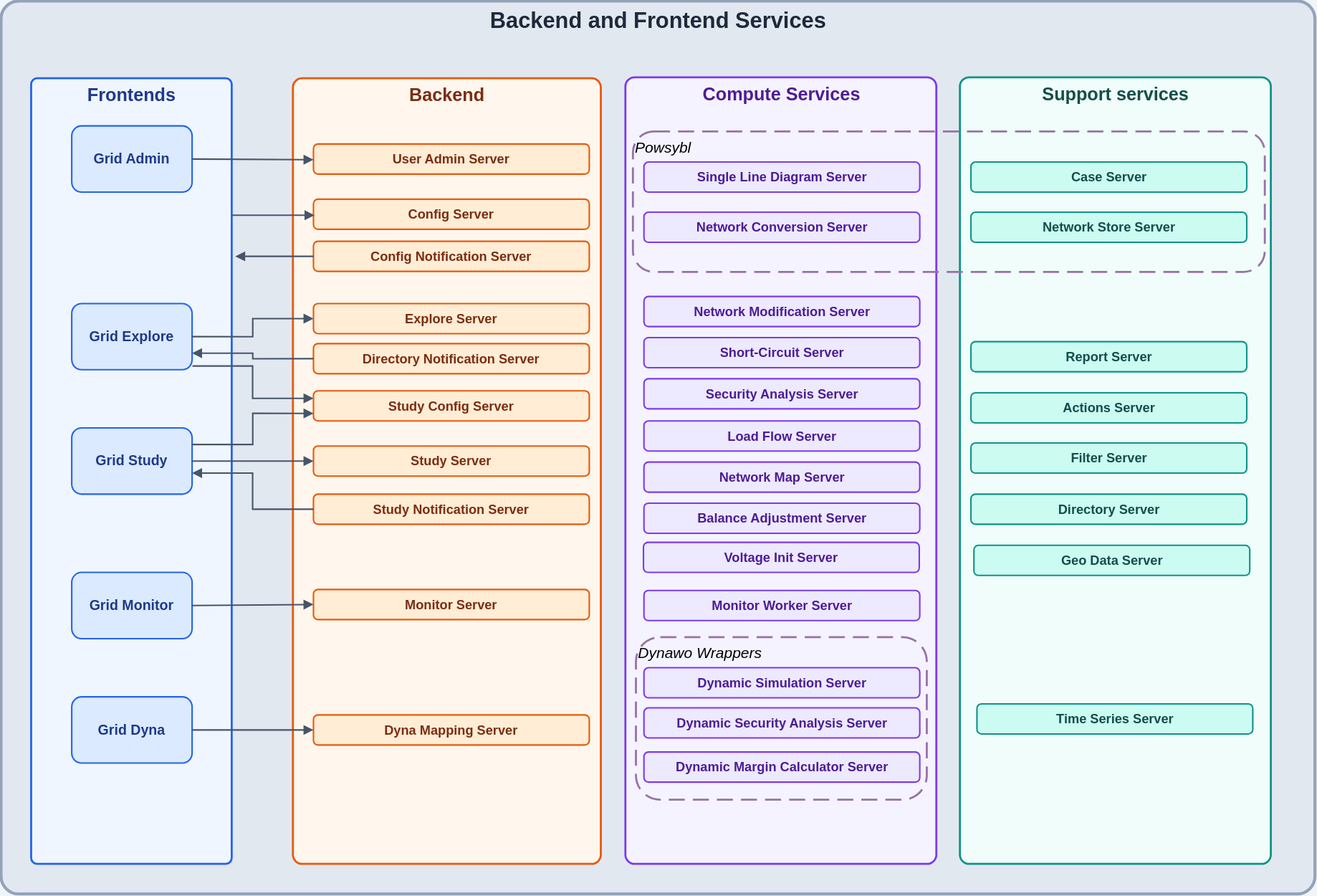
Above: diagrams/BackendFrontend.drawio.svg in gridsuite/documentation (draw.io), before the change. Source tidied: cells renumbered, new cells last; positions are measured from the earlier drawing's top-left corner, leaving out a move shared by most shapes.
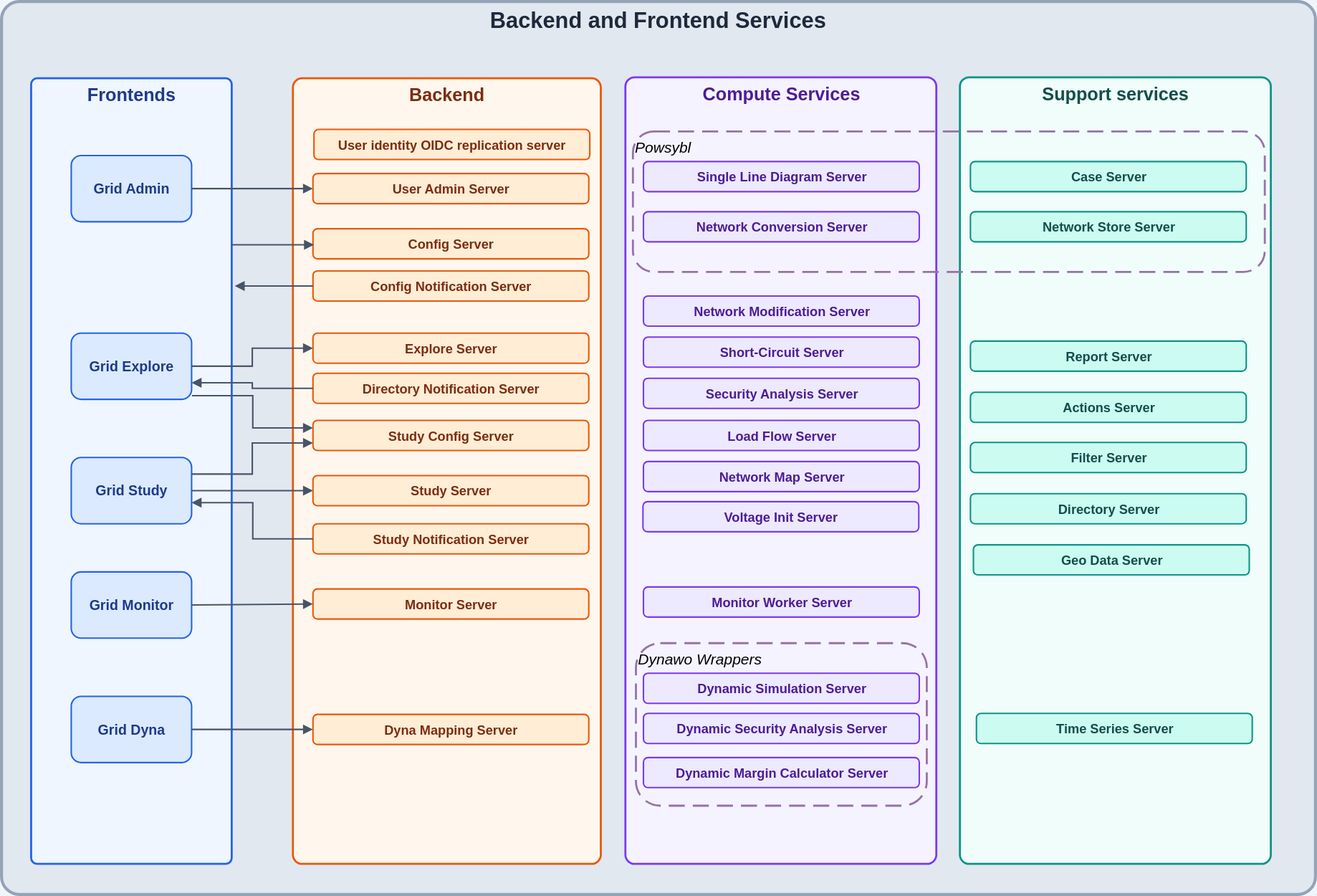
The same diagram one commit later.

Commit message:
Suppression GridMerge et Balance Adjustment server (#31)

What changed in the source:
```diff
@@ -21,16 +21,16 @@
       <mxGeometry x="630" y="130" width="630" height="140" as="geometry" />
     </mxCell>
     <mxCell id="8" value="Dynawo Wrappers" style="rounded=1;whiteSpace=wrap;html=1;align=left;verticalAlign=top;dashed=1;fillColor=none;strokeColor=#9673a6;strokeWidth=2;dashPattern=8 4;fontSize=15;fontStyle=2;" parent="1" vertex="1">
-      <mxGeometry x="633" y="634" width="290" height="162" as="geometry" />
+      <mxGeometry x="633" y="640" width="290" height="162" as="geometry" />
     </mxCell>
     <mxCell id="9" value="Grid Admin" style="rounded=1;whiteSpace=wrap;html=1;fontSize=14;fontStyle=1;fillColor=#DBEAFE;strokeColor=#2563EB;strokeWidth=1.5;fontColor=#1E3A8A;" parent="1" vertex="1">
-      <mxGeometry x="70" y="124" width="120" height="66" as="geometry" />
+      <mxGeometry x="70" y="154" width="120" height="66" as="geometry" />
     </mxCell>
     <mxCell id="10" value="Grid Explore" style="rounded=1;whiteSpace=wrap;html=1;fontSize=14;fontStyle=1;fillColor=#DBEAFE;strokeColor=#2563EB;strokeWidth=1.5;fontColor=#1E3A8A;" parent="1" vertex="1">
-      <mxGeometry x="70" y="301" width="120" height="66" as="geometry" />
+      <mxGeometry x="70" y="331" width="120" height="66" as="geometry" />
     </mxCell>
     <mxCell id="11" value="Grid Study" style="rounded=1;whiteSpace=wrap;html=1;fontSize=14;fontStyle=1;fillColor=#DBEAFE;strokeColor=#2563EB;strokeWidth=1.5;fontColor=#1E3A8A;" parent="1" vertex="1">
-      <mxGeometry x="70" y="425" width="120" height="66" as="geometry" />
+      <mxGeometry x="70" y="455" width="120" height="66" as="geometry" />
     </mxCell>
     <mxCell id="12" value="Grid Monitor" style="rounded=1;whiteSpace=wrap;html=1;fontSize=14;fontStyle=1;fillColor=#DBEAFE;strokeColor=#2563EB;strokeWidth=1.5;fontColor=#1E3A8A;" parent="1" vertex="1">
       <mxGeometry x="70" y="569" width="120" height="66" as="geometry" />
@@ -39,28 +39,28 @@
       <mxGeometry x="70" y="693" width="120" height="66" as="geometry" />
     </mxCell>
     <mxCell id="14" value="User Admin Server" style="rounded=1;whiteSpace=wrap;html=1;fontSize=13;fontStyle=1;fillColor=#FFEDD5;strokeColor=#EA580C;strokeWidth=1.5;fontColor=#7C2D12;" parent="1" vertex="1">
-      <mxGeometry x="311" y="142" width="275" height="30" as="geometry" />
+      <mxGeometry x="311" y="172" width="275" height="30" as="geometry" />
     </mxCell>
     <mxCell id="15" value="Config Server" style="rounded=1;whiteSpace=wrap;html=1;fontSize=13;fontStyle=1;fillColor=#FFEDD5;strokeColor=#EA580C;strokeWidth=1.5;fontColor=#7C2D12;" parent="1" vertex="1">
-      <mxGeometry x="311" y="197" width="275" height="30" as="geometry" />
+      <mxGeometry x="311" y="227" width="275" height="30" as="geometry" />
     </mxCell>
     <mxCell id="16" value="Config Notification Server" style="rounded=1;whiteSpace=wrap;html=1;fontSize=13;fontStyle=1;fillColor=#FFEDD5;strokeColor=#EA580C;strokeWidth=1.5;fontColor=#7C2D12;" parent="1" vertex="1">
-      <mxGeometry x="311" y="239" width="275" height="30" as="geometry" />
+      <mxGeometry x="311" y="269" width="275" height="30" as="geometry" />
     </mxCell>
     <mxCell id="17" value="Explore Server" style="rounded=1;whiteSpace=wrap;html=1;fontSize=13;fontStyle=1;fillColor=#FFEDD5;strokeColor=#EA580C;strokeWidth=1.5;fontColor=#7C2D12;" parent="1" vertex="1">
-      <mxGeometry x="311" y="301" width="275" height="30" as="geometry" />
+      <mxGeometry x="311" y="331" width="275" height="30" as="geometry" />
     </mxCell>
     <mxCell id="18" value="Directory Notification Server" style="rounded=1;whiteSpace=wrap;html=1;fontSize=13;fontStyle=1;fillColor=#FFEDD5;strokeColor=#EA580C;strokeWidth=1.5;fontColor=#7C2D12;" parent="1" vertex="1">
-      <mxGeometry x="311" y="341" width="275" height="30" as="geometry" />
+      <mxGeometry x="311" y="371" width="275" height="30" as="geometry" />
     </mxCell>
     <mxCell id="19" value="Study Config Server" style="rounded=1;whiteSpace=wrap;html=1;fontSize=13;fontStyle=1;fillColor=#FFEDD5;strokeColor=#EA580C;strokeWidth=1.5;fontColor=#7C2D12;" parent="1" vertex="1">
-      <mxGeometry x="311" y="388" width="275" height="30" as="geometry" />
+      <mxGeometry x="311" y="418" width="275" height="30" as="geometry" />
     </mxCell>
     <mxCell id="20" value="Study Server" style="rounded=1;whiteSpace=wrap;html=1;fontSize=13;fontStyle=1;fillColor=#FFEDD5;strokeColor=#EA580C;strokeWidth=1.5;fontColor=#7C2D12;" parent="1" vertex="1">
-      <mxGeometry x="311" y="443" width="275" height="30" as="geometry" />
+      <mxGeometry x="311" y="473" width="275" height="30" as="geometry" />
     </mxCell>
     <mxCell id="21" value="Study Notification Server" style="rounded=1;whiteSpace=wrap;html=1;fontSize=13;fontStyle=1;fillColor=#FFEDD5;strokeColor=#EA580C;strokeWidth=1.5;fontColor=#7C2D12;" parent="1" vertex="1">
-      <mxGeometry x="311" y="491" width="275" height="30" as="geometry" />
+      <mxGeometry x="311" y="521" width="275" height="30" as="geometry" />
     </mxCell>
     <mxCell id="22" value="Monitor Server" style="rounded=1;whiteSpace=wrap;html=1;fontSize=13;fontStyle=1;fillColor=#FFEDD5;strokeColor=#EA580C;strokeWidth=1.5;fontColor=#7C2D12;" parent="1" vertex="1">
       <mxGeometry x="311" y="586" width="275" height="30" as="geometry" />
@@ -89,20 +89,17 @@
     <mxCell id="30" value="Network Map Server" style="rounded=1;whiteSpace=wrap;html=1;fontSize=13;fontStyle=1;fillColor=#EDE9FE;strokeColor=#7C3AED;strokeWidth=1.5;fontColor=#4C1D95;" parent="1" vertex="1">
       <mxGeometry x="640.5" y="459" width="275" height="30" as="geometry" />
     </mxCell>
-    <mxCell id="31" value="Balance Adjustment Server" style="rounded=1;whiteSpace=wrap;html=1;fontSize=13;fontStyle=1;fillColor=#EDE9FE;strokeColor=#7C3AED;strokeWidth=1.5;fontColor=#4C1D95;" parent="1" vertex="1">
-      <mxGeometry x="640.5" y="500" width="275" height="30" as="geometry" />
-    </mxCell>
     <mxCell id="32" value="Monitor Worker Server" style="rounded=1;whiteSpace=wrap;html=1;fontSize=13;fontStyle=1;fillColor=#EDE9FE;strokeColor=#7C3AED;strokeWidth=1.5;fontColor=#4C1D95;" parent="1" vertex="1">
-      <mxGeometry x="640.5" y="587" width="275" height="30" as="geometry" />
+      <mxGeometry x="640.5" y="584" width="275" height="30" as="geometry" />
     </mxCell>
     <mxCell id="33" value="Dynamic Simulation Server" style="rounded=1;whiteSpace=wrap;html=1;fontSize=13;fontStyle=1;fillColor=#EDE9FE;strokeColor=#7C3AED;strokeWidth=1.5;fontColor=#4C1D95;" parent="1" vertex="1">
-      <mxGeometry x="640.5" y="664" width="275" height="30" as="geometry" />
+      <mxGeometry x="640.5" y="670" width="275" height="30" as="geometry" />
     </mxCell>
     <mxCell id="34" value="Dynamic Security Analysis Server" style="rounded=1;whiteSpace=wrap;html=1;fontSize=13;fontStyle=1;fillColor=#EDE9FE;strokeColor=#7C3AED;strokeWidth=1.5;fontColor=#4C1D95;" parent="1" vertex="1">
-      <mxGeometry x="640.5" y="704" width="275" height="30" as="geometry" />
+      <mxGeometry x="640.5" y="710" width="275" height="30" as="geometry" />
     </mxCell>
     <mxCell id="35" value="Dynamic Margin Calculator Server" style="rounded=1;whiteSpace=wrap;html=1;fontSize=13;fontStyle=1;fillColor=#EDE9FE;strokeColor=#7C3AED;strokeWidth=1.5;fontColor=#4C1D95;" parent="1" vertex="1">
-      <mxGeometry x="640.5" y="748" width="275" height="30" as="geometry" />
+      <mxGeometry x="640.5" y="754" width="275" height="30" as="geometry" />
     </mxCell>
     <mxCell id="36" value="Case Server" style="rounded=1;whiteSpace=wrap;html=1;fontSize=13;fontStyle=1;fillColor=#CCFBF1;strokeColor=#0D9488;strokeWidth=1.5;fontColor=#134E4A;" parent="1" vertex="1">
       <mxGeometry x="966.5" y="160" width="275" height="30" as="geometry" />
@@ -126,7 +123,7 @@
       <mxGeometry x="969.5" y="542" width="275" height="30" as="geometry" />
     </mxCell>
     <mxCell id="43" value="Time Series Server" style="rounded=1;whiteSpace=wrap;html=1;fontSize=13;fontStyle=1;fillColor=#CCFBF1;strokeColor=#0D9488;strokeWidth=1.5;fontColor=#134E4A;" parent="1" vertex="1">
-      <mxGeometry x="972.5" y="700" width="275" height="30" as="geometry" />
+      <mxGeometry x="972.5" y="710" width="275" height="30" as="geometry" />
     </mxCell>
     <mxCell id="44" style="edgeStyle=elbowEdgeStyle;rounded=0;jettySize=auto;elbow=vertical;html=1;exitX=1;exitY=0.5;exitDx=0;exitDy=0;entryX=0;entryY=0.5;entryDx=0;entryDy=0;strokeColor=#475569;strokeWidth=1.5;endArrow=block;endFill=1;" parent="1" edge="1" source="9" target="14">
       <mxGeometry relative="1" as="geometry" />
@@ -139,8 +136,8 @@
     </mxCell>
     <mxCell id="47" style="rounded=0;html=1;startArrow=none;startFill=0;jettySize=auto;orthogonalLoop=1;elbow=vertical;strokeColor=#475569;strokeWidth=1.5;endArrow=block;endFill=1;" parent="1" edge="1">
       <mxGeometry relative="1" as="geometry">
-        <mxPoint x="230" y="213" as="sourcePoint" />
-        <mxPoint x="312" y="213" as="targetPoint" />
+        <mxPoint x="230" y="243" as="sourcePoint" />
+        <mxPoint x="312" y="243" as="targetPoint" />
       </mxGeometry>
     </mxCell>
     <mxCell id="48" style="endArrow=block;endFill=1;html=1;rounded=0;entryX=0;entryY=0.25;entryDx=0;entryDy=0;exitX=1.003;exitY=0.944;exitDx=0;exitDy=0;edgeStyle=elbowEdgeStyle;exitPerimeter=0;strokeColor=#475569;strokeWidth=1.5;" parent="1" edge="1" source="10" target="19">
@@ -151,7 +148,7 @@
     </mxCell>
     <mxCell id="50" style="rounded=0;jettySize=auto;elbow=vertical;html=1;exitX=0;exitY=0.5;exitDx=0;exitDy=0;strokeColor=#475569;strokeWidth=1.5;endArrow=block;endFill=1;" parent="1" edge="1" source="16">
       <mxGeometry relative="1" as="geometry">
-        <mxPoint x="233" y="254" as="targetPoint" />
+        <mxPoint x="233" y="284" as="targetPoint" />
       </mxGeometry>
     </mxCell>
     <mxCell id="51" style="rounded=0;html=1;startArrow=none;startFill=0;jettySize=auto;elbow=vertical;exitX=0;exitY=0.5;exitDx=0;exitDy=0;edgeStyle=orthogonalEdgeStyle;entryX=1;entryY=0.75;entryDx=0;entryDy=0;strokeColor=#475569;strokeWidth=1.5;endArrow=block;endFill=1;" parent="1" edge="1" source="18" target="10">
@@ -159,7 +156,7 @@
     </mxCell>
     <mxCell id="52" style="rounded=0;html=1;startArrow=none;startFill=0;jettySize=auto;edgeStyle=elbowEdgeStyle;exitX=0;exitY=0.5;exitDx=0;exitDy=0;strokeColor=#475569;strokeWidth=1.5;endArrow=block;endFill=1;" parent="1" edge="1" source="21">
       <mxGeometry relative="1" as="geometry">
-        <mxPoint x="190" y="470" as="targetPoint" />
+        <mxPoint x="190" y="500" as="targetPoint" />
       </mxGeometry>
     </mxCell>
     <mxCell id="53" style="endArrow=block;endFill=1;html=1;rounded=0;entryX=0;entryY=0.5;entryDx=0;entryDy=0;exitX=1;exitY=0.5;exitDx=0;exitDy=0;edgeStyle=elbowEdgeStyle;strokeColor=#475569;strokeWidth=1.5;" parent="1" edge="1" source="11" target="20">
@@ -169,7 +166,10 @@
       <mxGeometry relative="1" as="geometry" />
     </mxCell>
     <mxCell id="55" value="Voltage Init Server" style="rounded=1;whiteSpace=wrap;html=1;fontSize=13;fontStyle=1;fillColor=#EDE9FE;strokeColor=#7C3AED;strokeWidth=1.5;fontColor=#4C1D95;" parent="1" vertex="1">
-      <mxGeometry x="640" y="539" width="275" height="30" as="geometry" />
+      <mxGeometry x="640" y="499" width="275" height="30" as="geometry" />
     </mxCell>
+    <mxCell id="56" value="User identity OIDC replication server" style="rounded=1;whiteSpace=wrap;html=1;fontSize=13;fontStyle=1;fillColor=#FFEDD5;strokeColor=#EA580C;strokeWidth=1.5;fontColor=#7C2D12;" parent="1" vertex="1">
+      <mxGeometry x="312" y="128" width="275" height="30" as="geometry" />
+    </mxCell>
   </root>
 </mxGraphModel>
```
